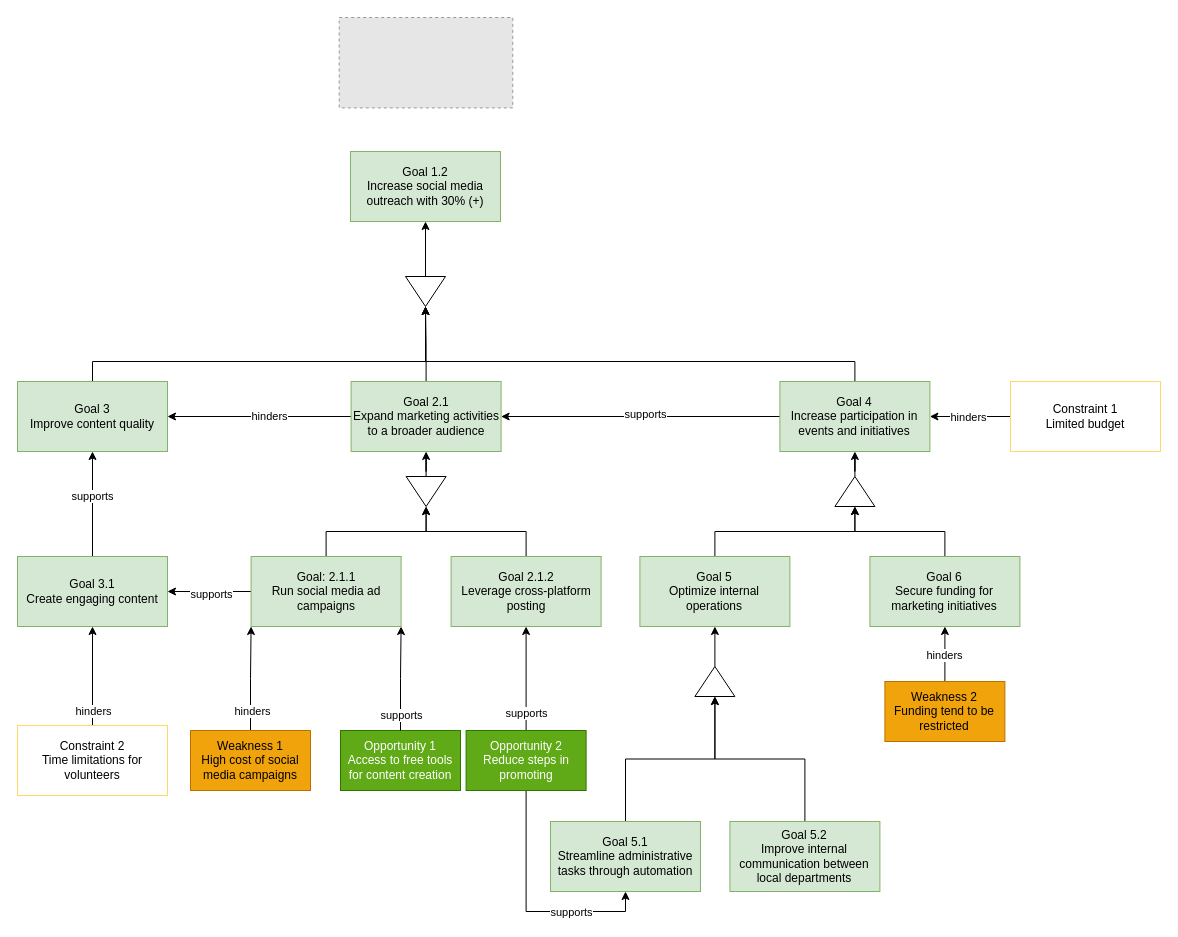
The draw.io diagram page "decomposition of goal 1.2" (2 of 6) of Start Norge.drawio in marhjoh/TDT4252-Enterprise-Architecture-for-Enterprise-Innovation, before the edit. Source tidied: cells renumbered, new cells numbered last; positions are measured from the earlier drawing's top-left corner, leaving out a move shared by most shapes. Both pictures are drawn from the tidied source at 100%, with x=0, y=0 at pixel (17, 17). Pictures stored in the file or linked from it are replaced by grey dashed boxes.
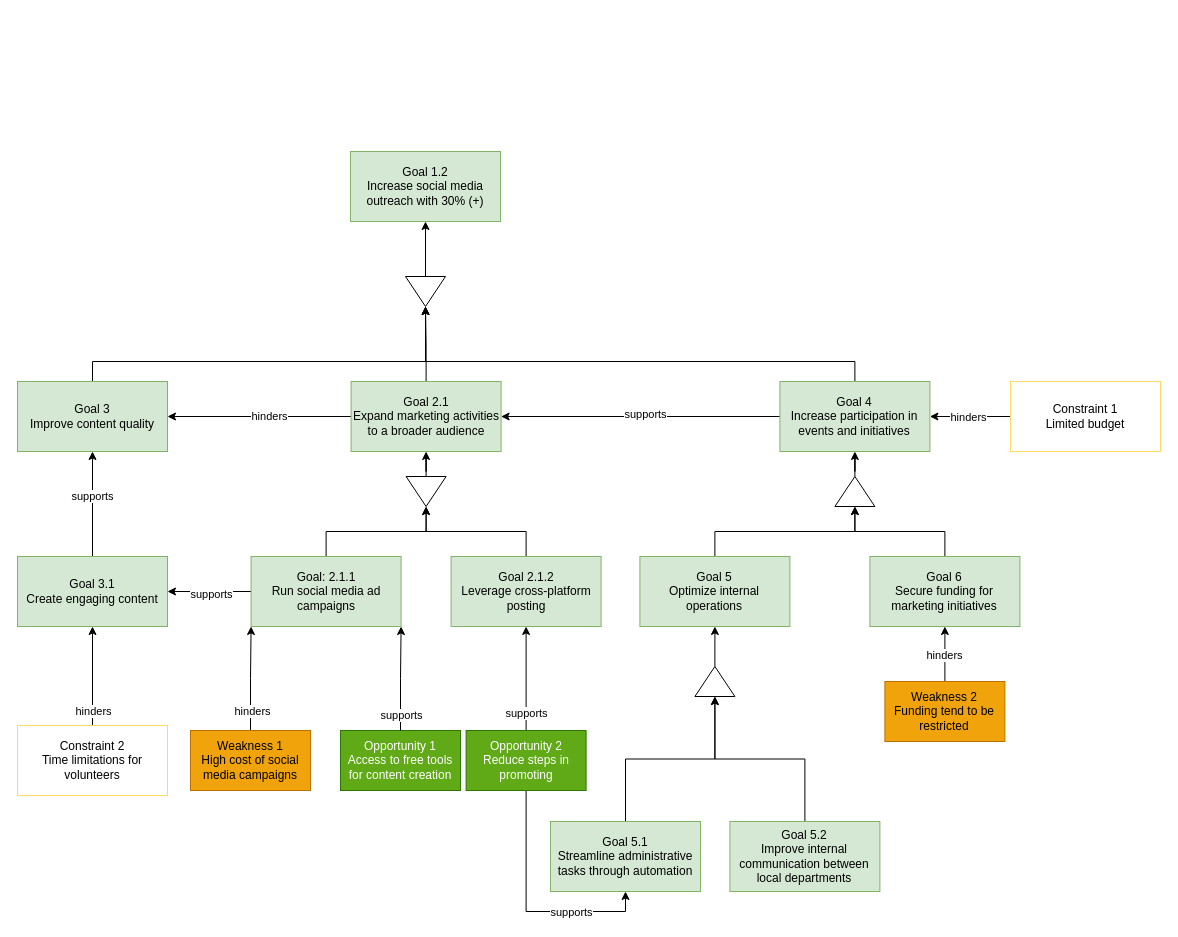
The same page after the edit.

Diff of the diagram source:
```diff
@@
-    <mxCell id="21" style="fillColor=#E6E6E6;strokeColor=#999999;dashed=1;verticalLabelPosition=bottom;verticalAlign=top;" parent="1" vertex="1">
-      <mxGeometry x="321.7" width="173.6" height="90.4" as="geometry" />
-    </mxCell>
```
